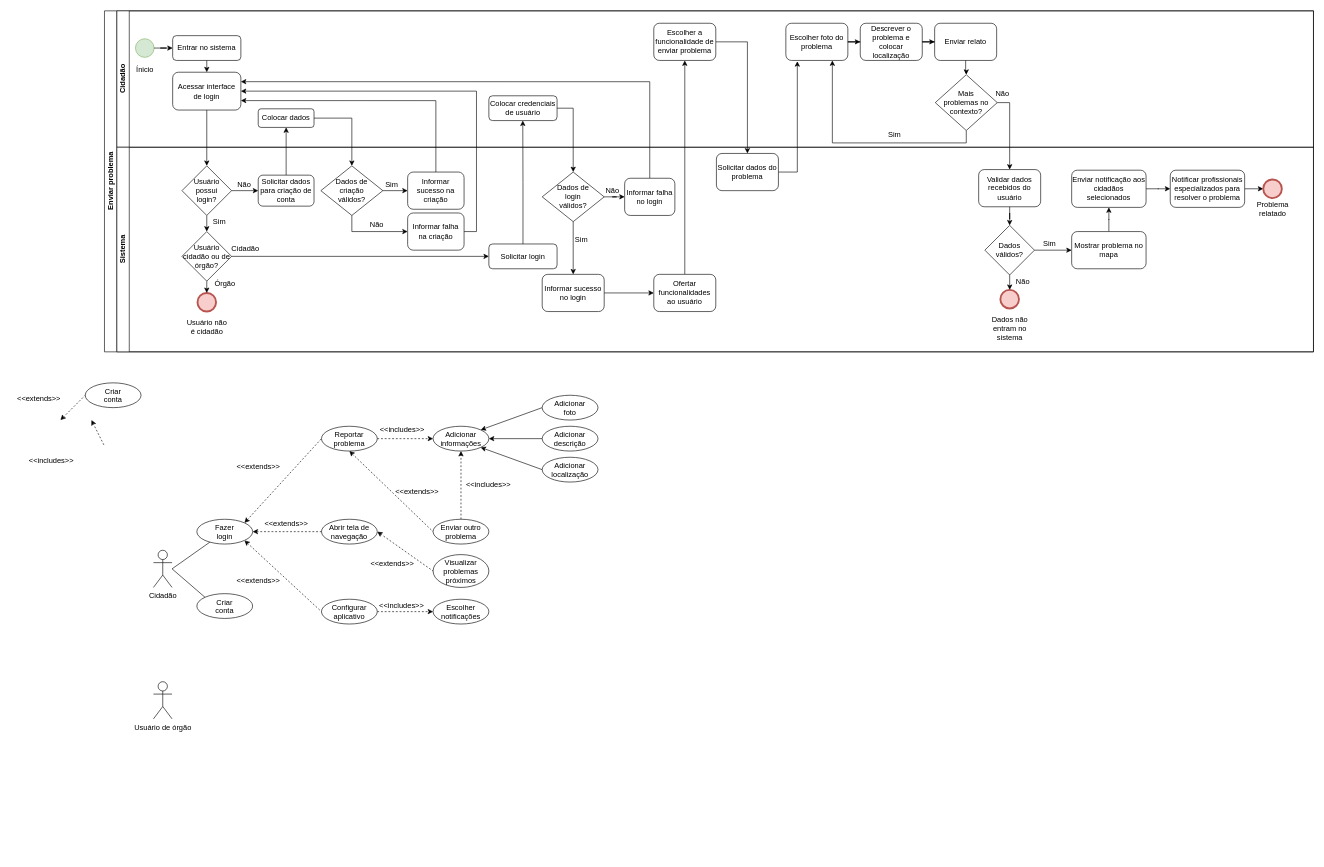
The draw.io diagram bpmn1.drawio in thomz2/trabalho-final-aps, before the edit. Source tidied: cells renumbered, new cells numbered last; positions are measured from the earlier drawing's top-left corner, leaving out a move shared by most shapes. Both pictures are drawn from the tidied source at 62%, with x=0, y=0 at pixel (11, 11).
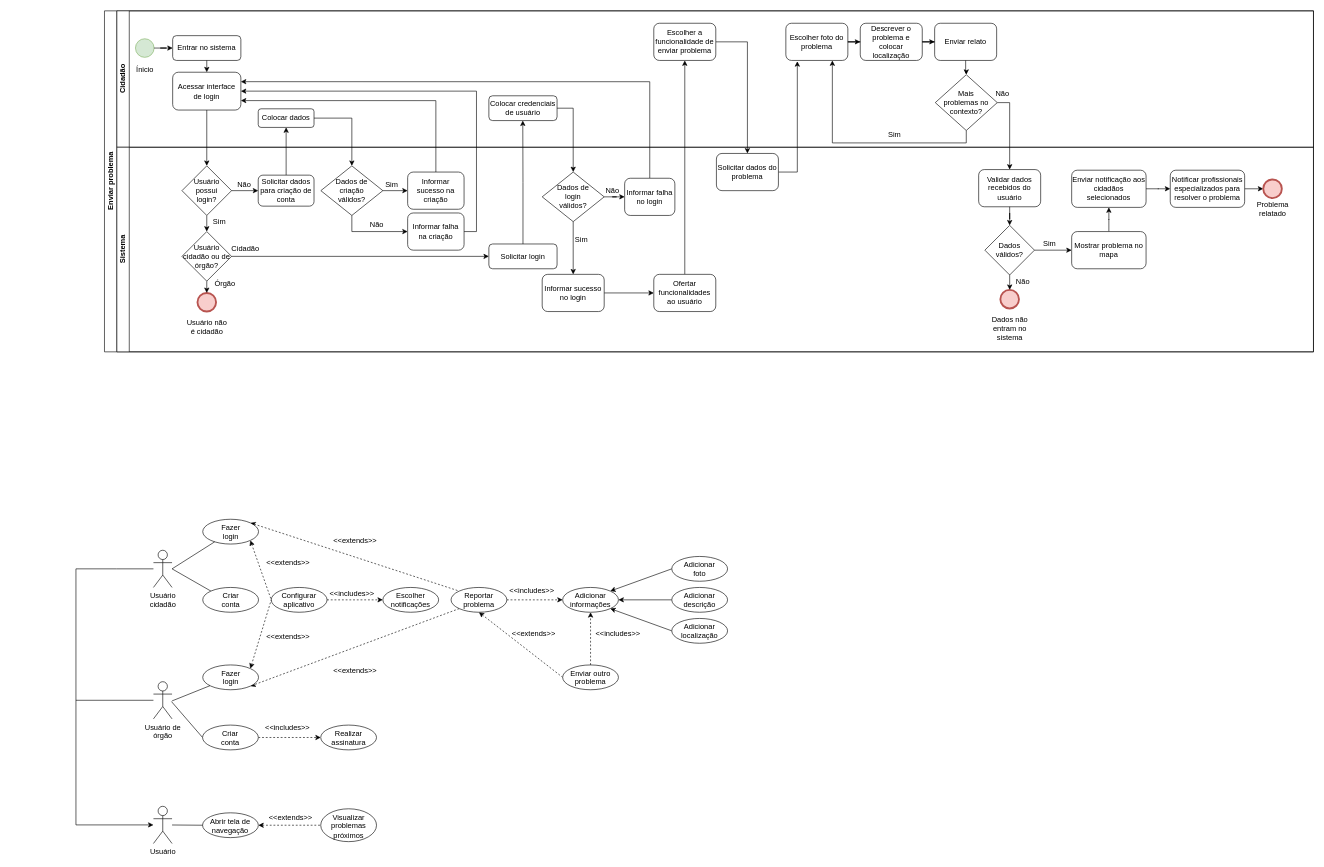
Above is the later version.

The edit, as a diff of the source:
```diff
@@
+    <mxCell id="124" style="edgeStyle=orthogonalEdgeStyle;rounded=0;jettySize=auto;html=1;startArrow=none;startFill=0;endArrow=none;endFill=0;" parent="1" edge="1" source="83">
+      <mxGeometry relative="1" as="geometry">
+        <mxPoint x="110" y="900" as="targetPoint" />
+      </mxGeometry>
+    </mxCell>
-    <mxCell id="83" value="Cidadão" style="shape=umlActor;verticalLabelPosition=bottom;verticalAlign=top;html=1;outlineConnect=0;" parent="1" vertex="1">
+    <mxCell id="83" value="Usuário &lt;br&gt;cidadão" style="shape=umlActor;verticalLabelPosition=bottom;verticalAlign=top;html=1;outlineConnect=0;" parent="1" vertex="1">
       <mxGeometry x="230" y="870" width="30" height="60" as="geometry" />
     </mxCell>
+    <mxCell id="125" style="edgeStyle=orthogonalEdgeStyle;rounded=0;jettySize=auto;html=1;startArrow=none;startFill=0;endArrow=none;endFill=0;" parent="1" edge="1" source="84">
+      <mxGeometry relative="1" as="geometry">
+        <mxPoint x="105" y="1112" as="targetPoint" />
+      </mxGeometry>
+    </mxCell>
-    <mxCell id="84" value="Usuário de órgão" style="shape=umlActor;verticalLabelPosition=bottom;verticalAlign=top;html=1;outlineConnect=0;" parent="1" vertex="1">
+    <mxCell id="84" value="Usuário de &lt;br&gt;órgão" style="shape=umlActor;verticalLabelPosition=bottom;verticalAlign=top;html=1;outlineConnect=0;" parent="1" vertex="1">
       <mxGeometry x="230" y="1082" width="30" height="60" as="geometry" />
     </mxCell>
@@
-    <mxCell id="86" style="rounded=0;orthogonalLoop=1;jettySize=auto;html=1;startArrow=none;startFill=0;endArrow=classic;endFill=1;dashed=1;" parent="1" edge="1">
-      <mxGeometry relative="1" as="geometry">
-        <mxPoint x="150" y="700" as="sourcePoint" />
-        <mxPoint x="130" y="660" as="targetPoint" />
-      </mxGeometry>
-    </mxCell>
-    <mxCell id="87" style="edgeStyle=none;rounded=0;jettySize=auto;html=1;dashed=1;startArrow=classic;startFill=1;endArrow=none;endFill=0;entryX=0;entryY=0.5;entryDx=0;entryDy=0;" parent="1" edge="1" target="89">
-      <mxGeometry relative="1" as="geometry">
-        <mxPoint x="80" y="660" as="sourcePoint" />
-      </mxGeometry>
-    </mxCell>
-    <mxCell id="88" value="&amp;lt;&amp;lt;includes&amp;gt;&amp;gt;" style="text;html=1;align=center;verticalAlign=middle;strokeColor=none;fillColor=none;" parent="1" vertex="1">
-      <mxGeometry x="15" y="710" width="100" height="30" as="geometry" />
-    </mxCell>
-    <mxCell id="89" value="Criar&lt;br&gt;conta" style="ellipse;whiteSpace=wrap;html=1;verticalAlign=top;" parent="1" vertex="1">
-      <mxGeometry x="120" y="600" width="90" height="40" as="geometry" />
-    </mxCell>
-    <mxCell id="90" value="&amp;lt;&amp;lt;extends&amp;gt;&amp;gt;" style="text;html=1;align=center;verticalAlign=middle;strokeColor=none;fillColor=none;" parent="1" vertex="1">
-      <mxGeometry y="610" width="90" height="30" as="geometry" />
-    </mxCell>
@@
+    <mxCell id="126" style="edgeStyle=none;rounded=0;jettySize=auto;html=1;exitX=0;exitY=1;exitDx=0;exitDy=0;entryX=1;entryY=1;entryDx=0;entryDy=0;dashed=1;startArrow=none;startFill=0;endArrow=classic;endFill=1;" parent="1" edge="1" source="93" target="133">
+      <mxGeometry relative="1" as="geometry" />
+    </mxCell>
     <mxCell id="93" value="Reportar&lt;br&gt;problema" style="ellipse;whiteSpace=wrap;html=1;verticalAlign=top;" parent="1" vertex="1">
-      <mxGeometry x="501" y="670" width="90" height="40" as="geometry" />
+      <mxGeometry x="710" y="930" width="90" height="40" as="geometry" />
     </mxCell>
@@
     <mxCell id="95" value="Abrir tela de navegação" style="ellipse;whiteSpace=wrap;html=1;verticalAlign=top;" parent="1" vertex="1">
-      <mxGeometry x="501" y="820" width="90" height="40" as="geometry" />
+      <mxGeometry x="309.2" y="1293.5" width="90" height="40" as="geometry" />
     </mxCell>
@@
     <mxCell id="97" value="Configurar aplicativo" style="ellipse;whiteSpace=wrap;html=1;verticalAlign=top;" parent="1" vertex="1">
-      <mxGeometry x="501" y="949" width="90" height="40" as="geometry" />
+      <mxGeometry x="420" y="930" width="90" height="40" as="geometry" />
     </mxCell>
-    <mxCell id="98" style="edgeStyle=none;rounded=0;jettySize=auto;html=1;exitX=1;exitY=0.5;exitDx=0;exitDy=0;entryX=0;entryY=0.5;entryDx=0;entryDy=0;startArrow=classic;startFill=1;endArrow=none;endFill=0;dashed=1;" parent="1" edge="1" source="101" target="95">
+    <mxCell id="98" style="edgeStyle=none;rounded=0;jettySize=auto;html=1;entryX=0;entryY=0.5;entryDx=0;entryDy=0;startArrow=none;startFill=0;endArrow=none;endFill=0;" parent="1" edge="1" source="130" target="95">
       <mxGeometry relative="1" as="geometry" />
     </mxCell>
-    <mxCell id="99" style="edgeStyle=none;rounded=0;jettySize=auto;html=1;exitX=1;exitY=0;exitDx=0;exitDy=0;entryX=0;entryY=0.5;entryDx=0;entryDy=0;startArrow=classic;startFill=1;endArrow=none;endFill=0;dashed=1;" parent="1" edge="1" source="101" target="93">
+    <mxCell id="99" style="edgeStyle=none;rounded=0;jettySize=auto;html=1;exitX=1;exitY=0;exitDx=0;exitDy=0;startArrow=classic;startFill=1;endArrow=none;endFill=0;dashed=1;entryX=0;entryY=0;entryDx=0;entryDy=0;" parent="1" edge="1" source="101" target="93">
       <mxGeometry relative="1" as="geometry" />
     </mxCell>
@@
     <mxCell id="101" value="Fazer &lt;br&gt;login" style="ellipse;whiteSpace=wrap;html=1;verticalAlign=top;" parent="1" vertex="1">
-      <mxGeometry x="300" y="820" width="90" height="40" as="geometry" />
+      <mxGeometry x="309.5" y="820" width="90" height="40" as="geometry" />
     </mxCell>
@@
     <mxCell id="104" value="Criar &lt;br&gt;conta" style="ellipse;whiteSpace=wrap;html=1;verticalAlign=top;" parent="1" vertex="1">
-      <mxGeometry x="300" y="940" width="90" height="40" as="geometry" />
+      <mxGeometry x="309.5" y="930" width="90" height="40" as="geometry" />
     </mxCell>
-    <mxCell id="105" value="&amp;lt;&amp;lt;extends&amp;gt;&amp;gt;" style="text;html=1;align=center;verticalAlign=middle;strokeColor=none;fillColor=none;" parent="1" vertex="1">
-      <mxGeometry x="354" y="720" width="90" height="30" as="geometry" />
-    </mxCell>
-    <mxCell id="106" value="&amp;lt;&amp;lt;extends&amp;gt;&amp;gt;" style="text;html=1;align=center;verticalAlign=middle;strokeColor=none;fillColor=none;" parent="1" vertex="1">
-      <mxGeometry x="399" y="812" width="90" height="30" as="geometry" />
-    </mxCell>
     <mxCell id="107" value="&amp;lt;&amp;lt;extends&amp;gt;&amp;gt;" style="text;html=1;align=center;verticalAlign=middle;strokeColor=none;fillColor=none;" parent="1" vertex="1">
-      <mxGeometry x="354" y="904" width="90" height="30" as="geometry" />
+      <mxGeometry x="401.5" y="876" width="90" height="30" as="geometry" />
     </mxCell>
     <mxCell id="108" value="Escolher notificações" style="ellipse;whiteSpace=wrap;html=1;verticalAlign=top;" parent="1" vertex="1">
-      <mxGeometry x="681" y="949" width="90" height="40" as="geometry" />
+      <mxGeometry x="600" y="930" width="90" height="40" as="geometry" />
     </mxCell>
     <mxCell id="109" value="&amp;lt;&amp;lt;includes&amp;gt;&amp;gt;" style="text;html=1;align=center;verticalAlign=middle;strokeColor=none;fillColor=none;" parent="1" vertex="1">
-      <mxGeometry x="580" y="944" width="100" height="30" as="geometry" />
+      <mxGeometry x="499.5" y="925" width="100" height="30" as="geometry" />
     </mxCell>
@@
     <mxCell id="111" value="Enviar outro problema" style="ellipse;whiteSpace=wrap;html=1;verticalAlign=top;" parent="1" vertex="1">
-      <mxGeometry x="681" y="820" width="90" height="40" as="geometry" />
+      <mxGeometry x="890" y="1055" width="90" height="40" as="geometry" />
     </mxCell>
@@
     <mxCell id="115" value="Adicionar informações" style="ellipse;whiteSpace=wrap;html=1;verticalAlign=top;" parent="1" vertex="1">
-      <mxGeometry x="681" y="670" width="90" height="40" as="geometry" />
+      <mxGeometry x="890" y="930" width="90" height="40" as="geometry" />
     </mxCell>
     <mxCell id="116" value="&amp;lt;&amp;lt;extends&amp;gt;&amp;gt;" style="text;html=1;align=center;verticalAlign=middle;strokeColor=none;fillColor=none;" parent="1" vertex="1">
-      <mxGeometry x="610" y="760" width="90" height="30" as="geometry" />
+      <mxGeometry x="798" y="990" width="90" height="30" as="geometry" />
     </mxCell>
     <mxCell id="117" value="&amp;lt;&amp;lt;includes&amp;gt;&amp;gt;" style="text;html=1;align=center;verticalAlign=middle;strokeColor=none;fillColor=none;" parent="1" vertex="1">
-      <mxGeometry x="581" y="660" width="100" height="30" as="geometry" />
+      <mxGeometry x="790" y="920" width="100" height="30" as="geometry" />
     </mxCell>
     <mxCell id="118" value="&amp;lt;&amp;lt;includes&amp;gt;&amp;gt;" style="text;html=1;align=center;verticalAlign=middle;strokeColor=none;fillColor=none;" parent="1" vertex="1">
-      <mxGeometry x="720" y="750" width="100" height="30" as="geometry" />
+      <mxGeometry x="929" y="990" width="100" height="30" as="geometry" />
     </mxCell>
     <mxCell id="119" value="Adicionar &lt;br&gt;foto" style="ellipse;whiteSpace=wrap;html=1;verticalAlign=top;" parent="1" vertex="1">
-      <mxGeometry x="857" y="620" width="90" height="40" as="geometry" />
+      <mxGeometry x="1066" y="880" width="90" height="40" as="geometry" />
     </mxCell>
     <mxCell id="120" value="Adicionar&lt;br&gt;descrição" style="ellipse;whiteSpace=wrap;html=1;verticalAlign=top;" parent="1" vertex="1">
-      <mxGeometry x="857" y="670" width="90" height="40" as="geometry" />
+      <mxGeometry x="1066" y="930" width="90" height="40" as="geometry" />
     </mxCell>
     <mxCell id="121" value="Adicionar&lt;br&gt;localização" style="ellipse;whiteSpace=wrap;html=1;verticalAlign=top;" parent="1" vertex="1">
-      <mxGeometry x="857" y="720" width="90" height="40" as="geometry" />
+      <mxGeometry x="1066" y="980" width="90" height="40" as="geometry" />
     </mxCell>
     <mxCell id="122" value="Visualizar problemas próximos" style="ellipse;whiteSpace=wrap;html=1;verticalAlign=top;" parent="1" vertex="1">
-      <mxGeometry x="681" y="877" width="90" height="53" as="geometry" />
+      <mxGeometry x="499.8" y="1287" width="90" height="53" as="geometry" />
     </mxCell>
     <mxCell id="123" value="&amp;lt;&amp;lt;extends&amp;gt;&amp;gt;" style="text;html=1;align=center;verticalAlign=middle;strokeColor=none;fillColor=none;" parent="1" vertex="1">
-      <mxGeometry x="570" y="877" width="90" height="30" as="geometry" />
+      <mxGeometry x="405.8" y="1287" width="90" height="30" as="geometry" />
     </mxCell>
+    <mxCell id="127" style="edgeStyle=none;rounded=0;jettySize=auto;html=1;startArrow=none;startFill=0;endArrow=none;endFill=0;exitX=0;exitY=0.5;exitDx=0;exitDy=0;" parent="1" edge="1" source="89">
+      <mxGeometry relative="1" as="geometry">
+        <mxPoint x="259" y="1114" as="targetPoint" />
+      </mxGeometry>
+    </mxCell>
+    <mxCell id="128" style="edgeStyle=orthogonalEdgeStyle;rounded=0;jettySize=auto;html=1;startArrow=none;startFill=0;endArrow=classic;endFill=1;entryX=0;entryY=0.5;entryDx=0;entryDy=0;dashed=1;" parent="1" edge="1" source="89" target="131">
+      <mxGeometry relative="1" as="geometry" />
+    </mxCell>
+    <mxCell id="89" value="Criar&lt;br&gt;conta" style="ellipse;whiteSpace=wrap;html=1;verticalAlign=top;" parent="1" vertex="1">
+      <mxGeometry x="309.2" y="1152" width="90" height="40" as="geometry" />
+    </mxCell>
+    <mxCell id="129" style="edgeStyle=orthogonalEdgeStyle;rounded=0;jettySize=auto;html=1;startArrow=classic;startFill=1;endArrow=none;endFill=0;" parent="1" edge="1" source="130">
+      <mxGeometry relative="1" as="geometry">
+        <mxPoint x="110" y="900" as="targetPoint" />
+        <Array as="points">
+          <mxPoint x="105" y="1313" />
+          <mxPoint x="105" y="900" />
+        </Array>
+      </mxGeometry>
+    </mxCell>
+    <mxCell id="130" value="Usuário" style="shape=umlActor;verticalLabelPosition=bottom;verticalAlign=top;html=1;outlineConnect=0;" parent="1" vertex="1">
+      <mxGeometry x="230" y="1283" width="30" height="60" as="geometry" />
+    </mxCell>
+    <mxCell id="131" value="Realizar&lt;br&gt;assinatura" style="ellipse;whiteSpace=wrap;html=1;verticalAlign=top;" parent="1" vertex="1">
+      <mxGeometry x="499.8" y="1152" width="90" height="40" as="geometry" />
+    </mxCell>
+    <mxCell id="88" value="&amp;lt;&amp;lt;includes&amp;gt;&amp;gt;" style="text;html=1;align=center;verticalAlign=middle;strokeColor=none;fillColor=none;" parent="1" vertex="1">
+      <mxGeometry x="395.8" y="1142" width="100" height="30" as="geometry" />
+    </mxCell>
+    <mxCell id="132" style="rounded=0;jettySize=auto;html=1;exitX=1;exitY=0;exitDx=0;exitDy=0;entryX=0;entryY=0.5;entryDx=0;entryDy=0;dashed=1;startArrow=classic;startFill=1;endArrow=none;endFill=0;" parent="1" edge="1" source="133" target="97">
+      <mxGeometry relative="1" as="geometry" />
+    </mxCell>
+    <mxCell id="133" value="Fazer &lt;br&gt;login" style="ellipse;whiteSpace=wrap;html=1;verticalAlign=top;" parent="1" vertex="1">
+      <mxGeometry x="309.5" y="1055" width="90" height="40" as="geometry" />
+    </mxCell>
+    <mxCell id="134" style="rounded=0;jettySize=auto;html=1;endArrow=none;endFill=0;" parent="1" edge="1" target="133">
+      <mxGeometry relative="1" as="geometry">
+        <mxPoint x="260" y="1113" as="sourcePoint" />
+      </mxGeometry>
+    </mxCell>
+    <mxCell id="135" value="&amp;lt;&amp;lt;extends&amp;gt;&amp;gt;" style="text;html=1;align=center;verticalAlign=middle;strokeColor=none;fillColor=none;" parent="1" vertex="1">
+      <mxGeometry x="510" y="1049" width="90" height="30" as="geometry" />
+    </mxCell>
+    <mxCell id="136" value="&amp;lt;&amp;lt;extends&amp;gt;&amp;gt;" style="text;html=1;align=center;verticalAlign=middle;strokeColor=none;fillColor=none;" parent="1" vertex="1">
+      <mxGeometry x="401.5" y="995" width="90" height="30" as="geometry" />
+    </mxCell>
+    <mxCell id="137" value="&amp;lt;&amp;lt;extends&amp;gt;&amp;gt;" style="text;html=1;align=center;verticalAlign=middle;strokeColor=none;fillColor=none;" parent="1" vertex="1">
+      <mxGeometry x="510" y="840" width="90" height="30" as="geometry" />
+    </mxCell>
```
